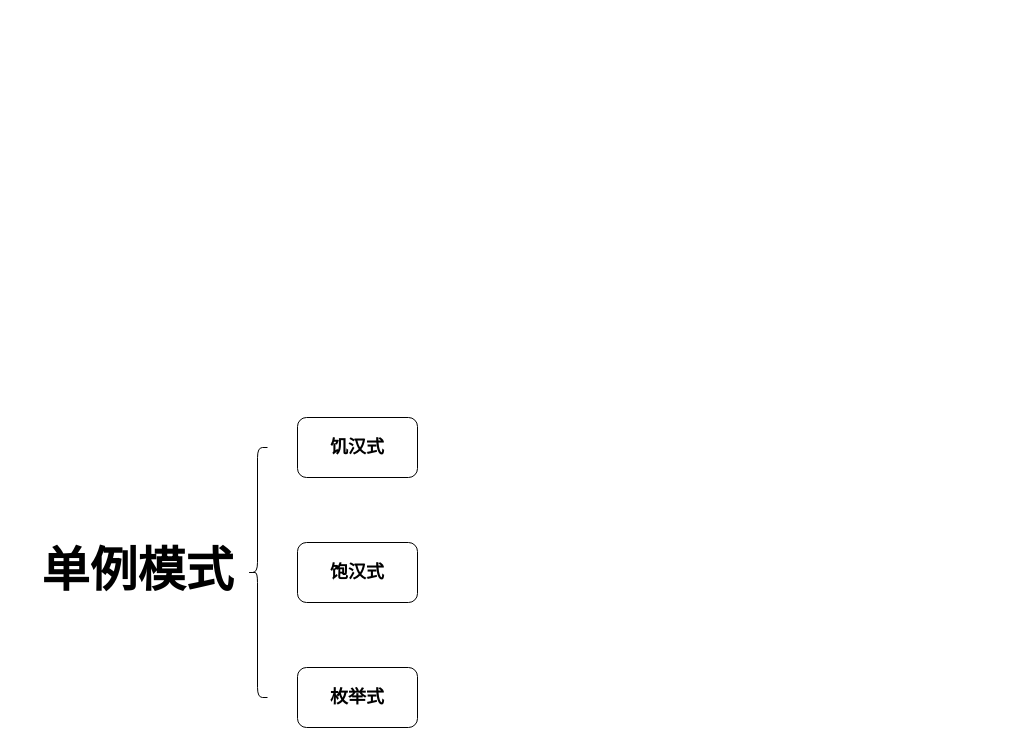
Before: Untitled Diagram.drawio in onedayrex/ImagesUml, a draw.io diagram. Source tidied: cells renumbered, new cells numbered last; positions are measured from the earlier drawing's top-left corner, leaving out a move shared by most shapes. Both pictures are drawn from the tidied source at 100%, with x=0, y=0 at pixel (27, 417).
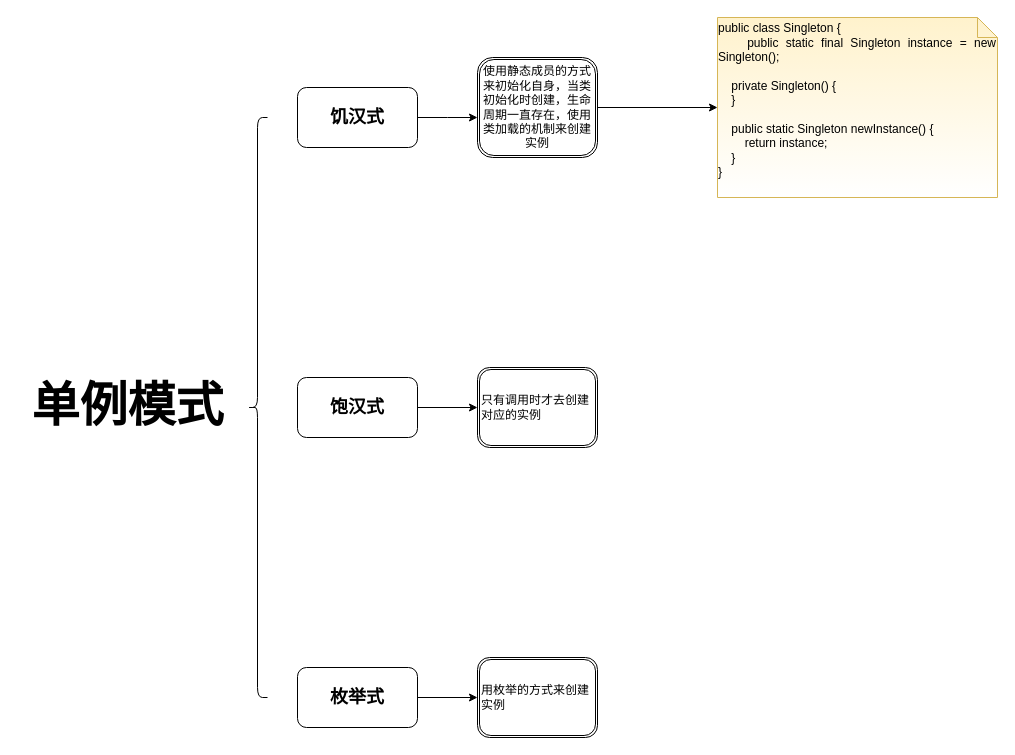
Above is the later version.

Commit message:
更新饥汉式实现方式

The edit, as a diff of the source:
```diff
@@
 <mxGraphModel>
   <root>
     <mxCell id="0" />
     <mxCell id="1" parent="0" />
     <mxCell id="2" value="&lt;h1&gt;&lt;font face=&quot;Comic Sans MS&quot;&gt;单例模式&lt;/font&gt;&lt;/h1&gt;" style="text;strokeColor=none;fillColor=none;html=1;fontSize=24;fontStyle=1;verticalAlign=middle;align=center;" parent="1" vertex="1">
-      <mxGeometry y="135" width="220" height="40" as="geometry" />
+      <mxGeometry x="-10" y="-30" width="220" height="40" as="geometry" />
     </mxCell>
     <mxCell id="3" style="shape=curlyBracket;whiteSpace=wrap;html=1;rounded=1;" parent="1" vertex="1">
-      <mxGeometry x="220" y="30" width="20" height="250" as="geometry" />
+      <mxGeometry x="220" y="-300" width="20" height="580" as="geometry" />
     </mxCell>
+    <mxCell id="7" style="edgeStyle=orthogonalEdgeStyle;rounded=0;jettySize=auto;html=1;entryX=0;entryY=0.5;entryDx=0;entryDy=0;" parent="1" edge="1" source="4">
+      <mxGeometry relative="1" as="geometry">
+        <mxPoint x="450" y="-300" as="targetPoint" />
+      </mxGeometry>
+    </mxCell>
     <mxCell id="4" value="&lt;h2&gt;饥汉式&lt;/h2&gt;" style="rounded=1;whiteSpace=wrap;html=1;" parent="1" vertex="1">
-      <mxGeometry x="270" width="120" height="60" as="geometry" />
+      <mxGeometry x="270" y="-330" width="120" height="60" as="geometry" />
     </mxCell>
+    <mxCell id="8" style="edgeStyle=orthogonalEdgeStyle;rounded=0;jettySize=auto;html=1;entryX=0;entryY=0.5;entryDx=0;entryDy=0;" parent="1" edge="1" source="5" target="12">
+      <mxGeometry relative="1" as="geometry" />
+    </mxCell>
     <mxCell id="5" value="&lt;h2&gt;饱汉式&lt;/h2&gt;" style="rounded=1;whiteSpace=wrap;html=1;" parent="1" vertex="1">
-      <mxGeometry x="270" y="125" width="120" height="60" as="geometry" />
+      <mxGeometry x="270" y="-40" width="120" height="60" as="geometry" />
     </mxCell>
+    <mxCell id="9" style="edgeStyle=orthogonalEdgeStyle;rounded=0;jettySize=auto;html=1;entryX=0;entryY=0.5;entryDx=0;entryDy=0;" parent="1" edge="1" source="6" target="13">
+      <mxGeometry relative="1" as="geometry" />
+    </mxCell>
     <mxCell id="6" value="&lt;h2&gt;枚举式&lt;/h2&gt;" style="rounded=1;whiteSpace=wrap;html=1;" parent="1" vertex="1">
       <mxGeometry x="270" y="250" width="120" height="60" as="geometry" />
     </mxCell>
+    <mxCell id="10" style="edgeStyle=orthogonalEdgeStyle;rounded=0;jettySize=auto;html=1;" parent="1" edge="1" source="11" target="14">
+      <mxGeometry relative="1" as="geometry" />
+    </mxCell>
+    <mxCell id="11" value="&lt;span style=&quot;text-align: left&quot;&gt;使用静态成员的方式来初始化自身，当类初始化时创建，生命周期一直存在，使用类加载的机制来创建实例&lt;/span&gt;" style="shape=ext;double=1;rounded=1;whiteSpace=wrap;html=1;" parent="1" vertex="1">
+      <mxGeometry x="450" y="-360" width="120" height="100" as="geometry" />
+    </mxCell>
+    <mxCell id="12" value="&lt;div&gt;只有调用时才去创建对应的实例&lt;/div&gt;" style="shape=ext;double=1;rounded=1;whiteSpace=wrap;html=1;align=left;" parent="1" vertex="1">
+      <mxGeometry x="450" y="-50" width="120" height="80" as="geometry" />
+    </mxCell>
+    <mxCell id="13" value="&lt;div&gt;&lt;span&gt;用枚举的方式来创建实例&lt;/span&gt;&lt;/div&gt;" style="shape=ext;double=1;rounded=1;whiteSpace=wrap;html=1;align=left;" parent="1" vertex="1">
+      <mxGeometry x="450" y="240" width="120" height="80" as="geometry" />
+    </mxCell>
+    <mxCell id="14" value="&lt;div style=&quot;text-align: justify&quot;&gt;public class Singleton {&lt;/div&gt;&lt;div style=&quot;text-align: justify&quot;&gt;&amp;nbsp; &amp;nbsp; public static final Singleton instance = new Singleton();&lt;/div&gt;&lt;div style=&quot;text-align: justify&quot;&gt;&amp;nbsp; &amp;nbsp;&amp;nbsp;&lt;/div&gt;&lt;div style=&quot;text-align: justify&quot;&gt;&amp;nbsp; &amp;nbsp; private Singleton() {&lt;/div&gt;&lt;div style=&quot;text-align: justify&quot;&gt;&amp;nbsp; &amp;nbsp; }&lt;/div&gt;&lt;div style=&quot;text-align: justify&quot;&gt;&lt;br&gt;&lt;/div&gt;&lt;div style=&quot;text-align: justify&quot;&gt;&amp;nbsp; &amp;nbsp; public static Singleton newInstance() {&lt;/div&gt;&lt;div style=&quot;text-align: justify&quot;&gt;&amp;nbsp; &amp;nbsp; &amp;nbsp; &amp;nbsp; return instance;&lt;/div&gt;&lt;div style=&quot;text-align: justify&quot;&gt;&amp;nbsp; &amp;nbsp; }&lt;/div&gt;&lt;div style=&quot;text-align: justify&quot;&gt;}&lt;/div&gt;&lt;div style=&quot;text-align: justify&quot;&gt;&lt;br&gt;&lt;/div&gt;" style="shape=note;size=20;whiteSpace=wrap;html=1;strokeColor=#d6b656;fillColor=#fff2cc;gradientColor=#ffffff;" parent="1" vertex="1">
+      <mxGeometry x="690" y="-400" width="280" height="180" as="geometry" />
+    </mxCell>
   </root>
 </mxGraphModel>
```
